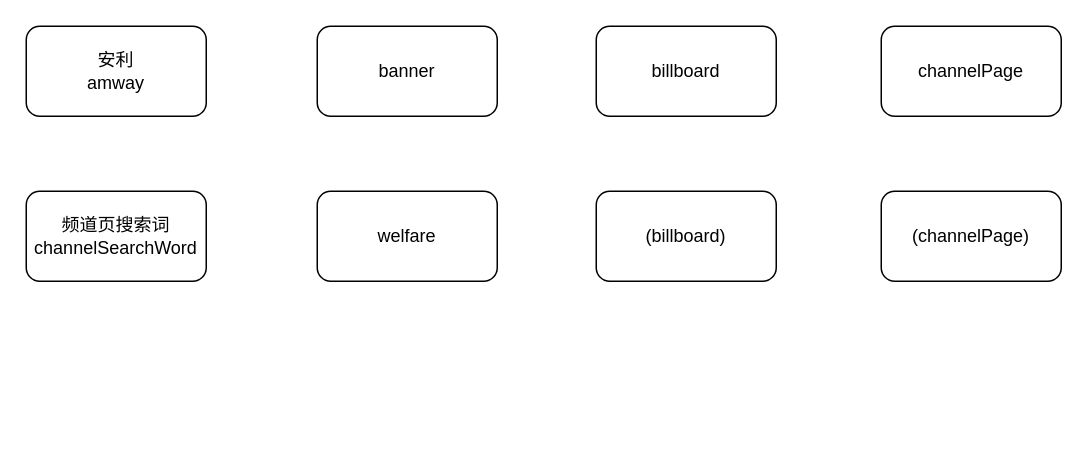
Above: service-app-config.drawio in songmulin/rr-business (draw.io), before the change. Source tidied: cells renumbered, new cells numbered last; positions are measured from the earlier drawing's top-left corner, leaving out a move shared by most shapes. Both pictures are drawn from the tidied source at 150%, with x=0, y=0 at pixel (26, 26).
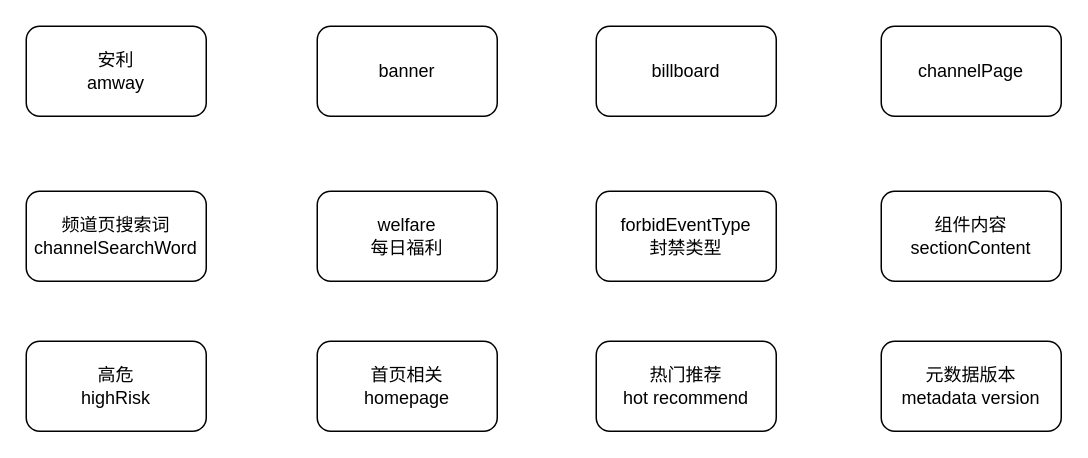
Above is the later version.

What changed in the source:
```diff
@@
 <mxGraphModel>
   <root>
     <mxCell id="0" />
     <mxCell id="1" parent="0" />
     <mxCell id="2" value="安利&lt;br&gt;amway" style="rounded=1;whiteSpace=wrap;html=1;" parent="1" vertex="1">
       <mxGeometry width="120" height="60" as="geometry" />
     </mxCell>
     <mxCell id="3" value="banner" style="rounded=1;whiteSpace=wrap;html=1;" parent="1" vertex="1">
       <mxGeometry x="194" width="120" height="60" as="geometry" />
     </mxCell>
     <mxCell id="4" value="billboard" style="rounded=1;whiteSpace=wrap;html=1;" parent="1" vertex="1">
       <mxGeometry x="380" width="120" height="60" as="geometry" />
     </mxCell>
     <mxCell id="5" value="channelPage" style="rounded=1;whiteSpace=wrap;html=1;" parent="1" vertex="1">
       <mxGeometry x="570" width="120" height="60" as="geometry" />
     </mxCell>
     <mxCell id="6" value="频道页搜索词&lt;br&gt;channelSearchWord" style="rounded=1;whiteSpace=wrap;html=1;" parent="1" vertex="1">
       <mxGeometry y="110" width="120" height="60" as="geometry" />
     </mxCell>
-    <mxCell id="7" value="welfare" style="rounded=1;whiteSpace=wrap;html=1;" parent="1" vertex="1">
+    <mxCell id="7" value="welfare&lt;br&gt;每日福利" style="rounded=1;whiteSpace=wrap;html=1;" parent="1" vertex="1">
       <mxGeometry x="194" y="110" width="120" height="60" as="geometry" />
     </mxCell>
-    <mxCell id="8" value="(billboard)" style="rounded=1;whiteSpace=wrap;html=1;" parent="1" vertex="1">
+    <mxCell id="8" value="forbidEventType&lt;br&gt;封禁类型" style="rounded=1;whiteSpace=wrap;html=1;" parent="1" vertex="1">
       <mxGeometry x="380" y="110" width="120" height="60" as="geometry" />
     </mxCell>
-    <mxCell id="9" value="(channelPage)" style="rounded=1;whiteSpace=wrap;html=1;" parent="1" vertex="1">
+    <mxCell id="9" value="组件内容&lt;br&gt;sectionContent" style="rounded=1;whiteSpace=wrap;html=1;" parent="1" vertex="1">
       <mxGeometry x="570" y="110" width="120" height="60" as="geometry" />
     </mxCell>
+    <mxCell id="10" value="高危&lt;br&gt;highRisk" style="rounded=1;whiteSpace=wrap;html=1;" parent="1" vertex="1">
+      <mxGeometry y="210" width="120" height="60" as="geometry" />
+    </mxCell>
+    <mxCell id="11" value="首页相关&lt;br&gt;homepage" style="rounded=1;whiteSpace=wrap;html=1;" parent="1" vertex="1">
+      <mxGeometry x="194" y="210" width="120" height="60" as="geometry" />
+    </mxCell>
+    <mxCell id="12" value="热门推荐&lt;br&gt;hot recommend" style="rounded=1;whiteSpace=wrap;html=1;" parent="1" vertex="1">
+      <mxGeometry x="380" y="210" width="120" height="60" as="geometry" />
+    </mxCell>
+    <mxCell id="13" value="元数据版本&lt;br&gt;metadata version" style="rounded=1;whiteSpace=wrap;html=1;" parent="1" vertex="1">
+      <mxGeometry x="570" y="210" width="120" height="60" as="geometry" />
+    </mxCell>
   </root>
 </mxGraphModel>
```
